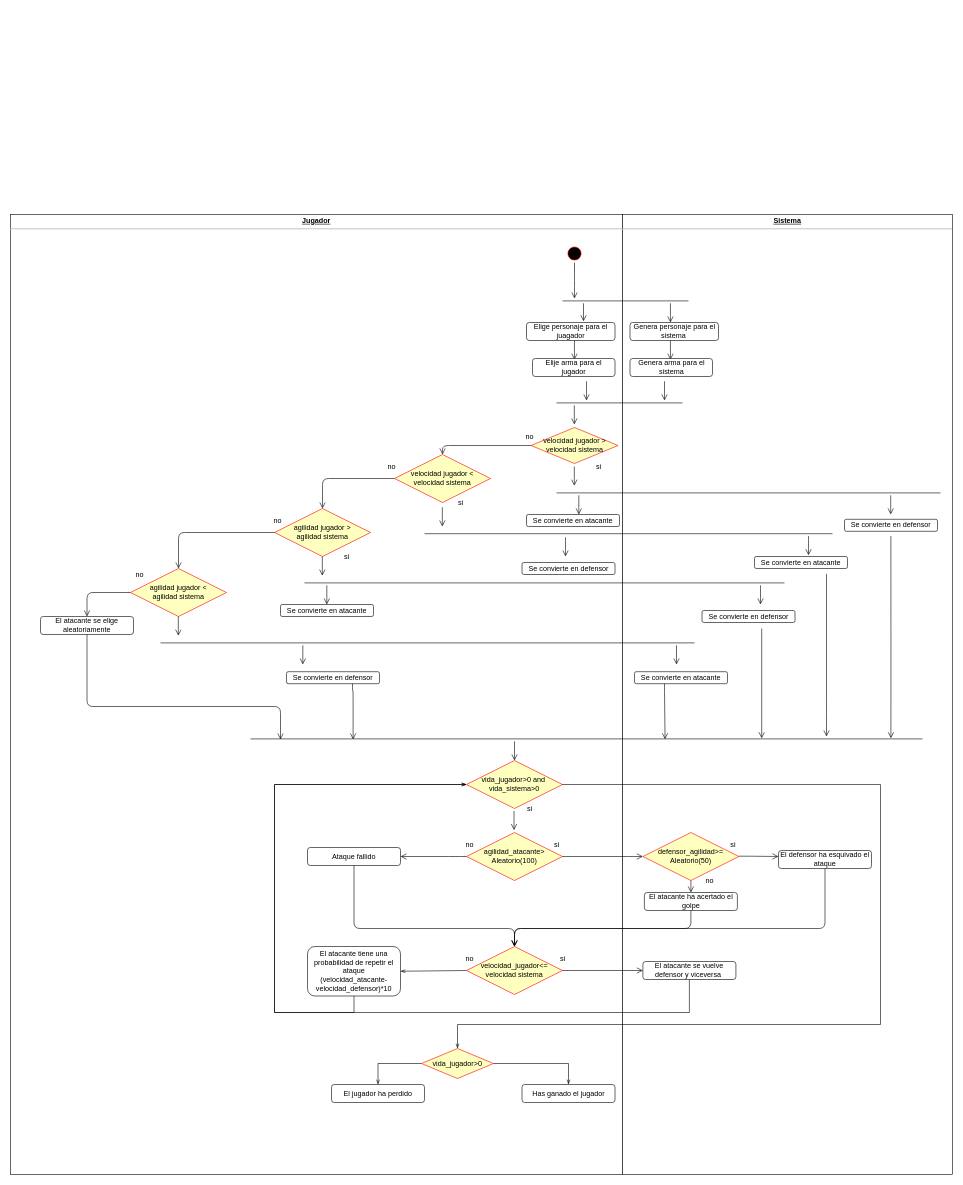
Above: M5/diagrama_activitats.drawio in g-alpi/proyecto_3_fight (draw.io), before the change. Source tidied: cells renumbered, new cells numbered last; positions are measured from the earlier drawing's top-left corner, leaving out a move shared by most shapes. Both pictures are drawn from the tidied source at 60%, with x=0, y=0 at pixel (10, 214).
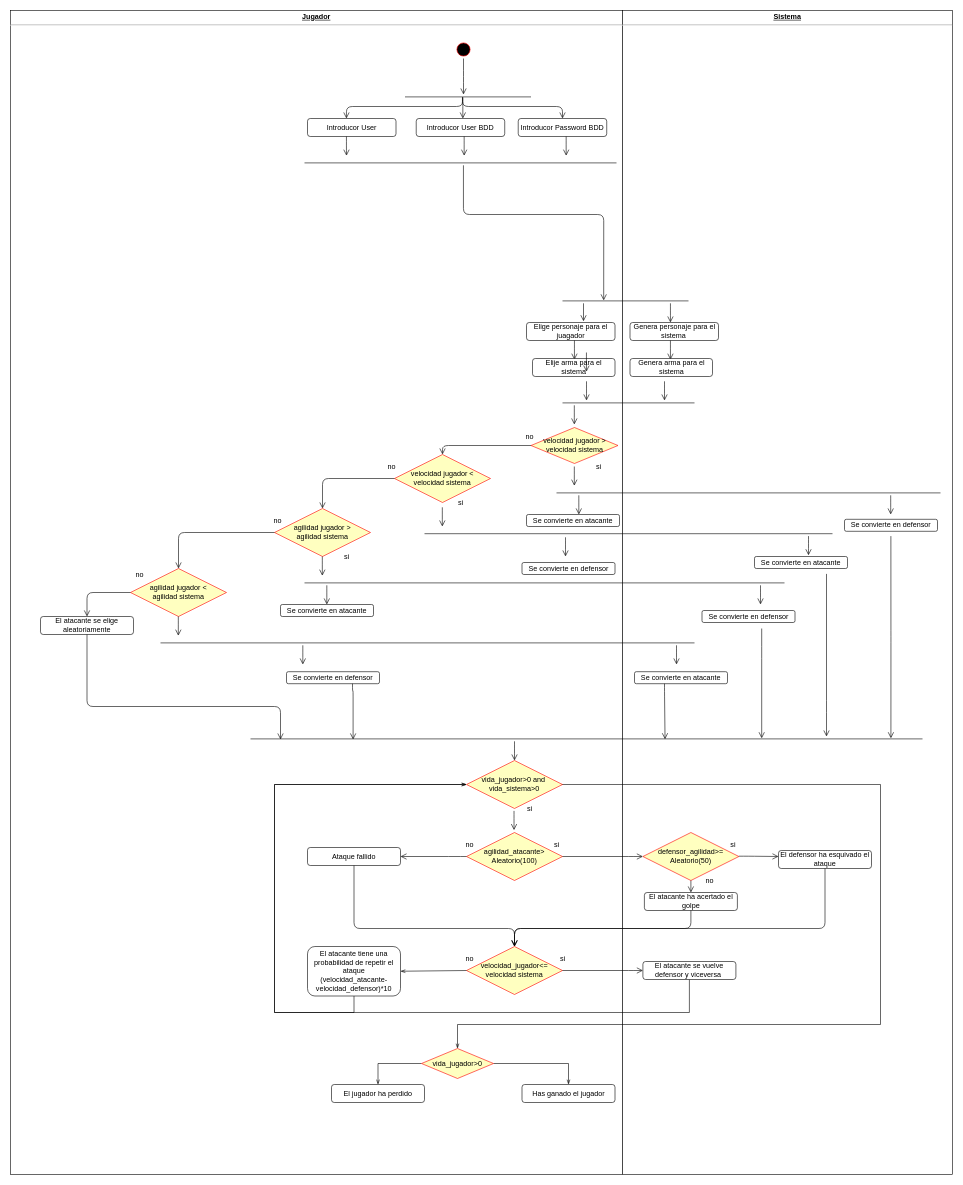
The same diagram, later.

The change refers to these unchanged cells:
```xml
<mxCell id="7" style="line;strokeWidth=1;fillColor=none;align=left;verticalAlign=middle;spacingTop=-1;spacingLeft=3;spacingRight=3;labelPosition=right;points=[];portConstraint=eastwest;" parent="1" vertex="1">
  <mxGeometry x="920" y="140" width="210" height="8" as="geometry" />
</mxCell>
```

Diff of the diagram source:
```diff
@@
     <mxCell id="2" value="&lt;p style=&quot;margin: 0px ; margin-top: 4px ; text-align: center ; text-decoration: underline&quot;&gt;&lt;b&gt;Jugador&lt;/b&gt;&lt;/p&gt;&lt;hr&gt;&lt;p style=&quot;margin: 0px ; margin-left: 8px&quot;&gt;&lt;br&gt;&lt;/p&gt;" style="verticalAlign=top;align=left;overflow=fill;fontSize=12;fontFamily=Helvetica;html=1;" parent="1" vertex="1">
-      <mxGeometry width="1020" height="1600" as="geometry" />
+      <mxGeometry y="-340" width="1020" height="1940" as="geometry" />
     </mxCell>
     <mxCell id="3" value="&lt;p style=&quot;margin: 0px ; margin-top: 4px ; text-align: center ; text-decoration: underline&quot;&gt;&lt;b&gt;Sistema&lt;/b&gt;&lt;/p&gt;&lt;hr&gt;&lt;p style=&quot;margin: 0px ; margin-left: 8px&quot;&gt;&lt;br&gt;&lt;/p&gt;" style="verticalAlign=top;align=left;overflow=fill;fontSize=12;fontFamily=Helvetica;html=1;" parent="1" vertex="1">
-      <mxGeometry x="1020" width="550" height="1600" as="geometry" />
+      <mxGeometry x="1020" y="-340" width="550" height="1940" as="geometry" />
     </mxCell>
     <mxCell id="4" style="ellipse;html=1;shape=startState;fillColor=#000000;strokeColor=#ff0000;" parent="1" vertex="1">
-      <mxGeometry x="925" y="50" width="30" height="30" as="geometry" />
+      <mxGeometry x="740" y="-290" width="30" height="30" as="geometry" />
     </mxCell>
     <mxCell id="5" style="edgeStyle=orthogonalEdgeStyle;html=1;verticalAlign=bottom;endArrow=open;endSize=8;" parent="1" edge="1" source="4">
       <mxGeometry relative="1" as="geometry">
-        <mxPoint x="940" y="140" as="targetPoint" />
+        <mxPoint x="755" y="-200" as="targetPoint" />
       </mxGeometry>
     </mxCell>
@@
-    <mxCell id="14" value="Elije arma para el jugador" style="rounded=1;whiteSpace=wrap;html=1;" parent="1" vertex="1">
+    <mxCell id="14" value="Elije arma para el sistema" style="rounded=1;whiteSpace=wrap;html=1;" parent="1" vertex="1">
       <mxGeometry x="870" y="240" width="137.5" height="30" as="geometry" />
     </mxCell>
     <mxCell id="15" style="line;strokeWidth=1;fillColor=none;align=left;verticalAlign=middle;spacingTop=-1;spacingLeft=3;spacingRight=3;labelPosition=right;" parent="1" vertex="1">
-      <mxGeometry x="910" y="310" width="210" height="8" as="geometry" />
+      <mxGeometry x="920" y="310" width="220" height="8" as="geometry" />
     </mxCell>
@@
+    <mxCell id="101" value="Introducor&amp;nbsp;User BDD" style="rounded=1;whiteSpace=wrap;html=1;" parent="1" vertex="1">
+      <mxGeometry x="676.2" y="-160" width="147.5" height="30" as="geometry" />
+    </mxCell>
+    <mxCell id="102" style="edgeStyle=orthogonalEdgeStyle;html=1;verticalAlign=bottom;endArrow=open;endSize=8;" parent="1" edge="1">
+      <mxGeometry relative="1" as="geometry">
+        <mxPoint x="756.1" y="-130" as="sourcePoint" />
+        <mxPoint x="756.1" y="-98" as="targetPoint" />
+        <Array as="points">
+          <mxPoint x="756.1" y="-118" />
+          <mxPoint x="756.1" y="-118" />
+        </Array>
+      </mxGeometry>
+    </mxCell>
+    <mxCell id="103" value="Introducor User" style="rounded=1;whiteSpace=wrap;html=1;" parent="1" vertex="1">
+      <mxGeometry x="495" y="-160" width="147.5" height="30" as="geometry" />
+    </mxCell>
+    <mxCell id="104" style="edgeStyle=orthogonalEdgeStyle;html=1;verticalAlign=bottom;endArrow=open;endSize=8;" parent="1" edge="1">
+      <mxGeometry relative="1" as="geometry">
+        <mxPoint x="959.9" y="230" as="sourcePoint" />
+        <mxPoint x="959.9" y="262" as="targetPoint" />
+        <Array as="points">
+          <mxPoint x="959.9" y="242" />
+          <mxPoint x="959.9" y="242" />
+        </Array>
+      </mxGeometry>
+    </mxCell>
+    <mxCell id="105" value="Introducor&amp;nbsp;Password BDD" style="rounded=1;whiteSpace=wrap;html=1;" parent="1" vertex="1">
+      <mxGeometry x="846.2" y="-160" width="147.5" height="30" as="geometry" />
+    </mxCell>
+    <mxCell id="106" style="edgeStyle=orthogonalEdgeStyle;html=1;verticalAlign=bottom;endArrow=open;endSize=8;" parent="1" edge="1">
+      <mxGeometry relative="1" as="geometry">
+        <mxPoint x="926.1" y="-130" as="sourcePoint" />
+        <mxPoint x="926.1" y="-98" as="targetPoint" />
+        <Array as="points">
+          <mxPoint x="926.1" y="-118" />
+          <mxPoint x="926.1" y="-118" />
+        </Array>
+      </mxGeometry>
+    </mxCell>
+    <mxCell id="107" style="line;strokeWidth=1;fillColor=none;align=left;verticalAlign=middle;spacingTop=-1;spacingLeft=3;spacingRight=3;labelPosition=right;" parent="1" vertex="1">
+      <mxGeometry x="490" y="-90" width="520" height="8" as="geometry" />
+    </mxCell>
+    <mxCell id="108" style="line;strokeWidth=1;fillColor=none;align=left;verticalAlign=middle;spacingTop=-1;spacingLeft=3;spacingRight=3;labelPosition=right;points=[];portConstraint=eastwest;" parent="1" vertex="1">
+      <mxGeometry x="657.5" y="-200" width="210" height="8" as="geometry" />
+    </mxCell>
+    <mxCell id="109" style="edgeStyle=orthogonalEdgeStyle;html=1;verticalAlign=bottom;endArrow=open;endSize=8;" parent="1" edge="1">
+      <mxGeometry relative="1" as="geometry">
+        <mxPoint x="559.9" y="-130" as="sourcePoint" />
+        <mxPoint x="560" y="-98" as="targetPoint" />
+        <Array as="points">
+          <mxPoint x="560.3" y="-114" />
+        </Array>
+      </mxGeometry>
+    </mxCell>
+    <mxCell id="110" style="edgeStyle=orthogonalEdgeStyle;html=1;verticalAlign=bottom;endArrow=open;endSize=8;exitX=0.456;exitY=0.616;exitDx=0;exitDy=0;exitPerimeter=0;" parent="1" edge="1" source="108">
+      <mxGeometry relative="1" as="geometry">
+        <mxPoint x="559.9" y="-160" as="targetPoint" />
+        <Array as="points">
+          <mxPoint x="753" y="-180" />
+          <mxPoint x="560" y="-180" />
+        </Array>
+      </mxGeometry>
+    </mxCell>
+    <mxCell id="111" style="edgeStyle=orthogonalEdgeStyle;html=1;verticalAlign=bottom;endArrow=open;endSize=8;exitX=0.459;exitY=0.587;exitDx=0;exitDy=0;exitPerimeter=0;" parent="1" edge="1" source="108" target="101">
+      <mxGeometry relative="1" as="geometry">
+        <Array as="points">
+          <mxPoint x="754" y="-190" />
+          <mxPoint x="754" y="-190" />
+        </Array>
+      </mxGeometry>
+    </mxCell>
+    <mxCell id="112" style="edgeStyle=orthogonalEdgeStyle;html=1;verticalAlign=bottom;endArrow=open;endSize=8;exitX=0.457;exitY=0.529;exitDx=0;exitDy=0;exitPerimeter=0;" parent="1" edge="1" source="108" target="105">
+      <mxGeometry relative="1" as="geometry">
+        <Array as="points">
+          <mxPoint x="753" y="-180" />
+          <mxPoint x="920" y="-180" />
+        </Array>
+      </mxGeometry>
+    </mxCell>
+    <mxCell id="113" style="edgeStyle=orthogonalEdgeStyle;html=1;verticalAlign=bottom;endArrow=open;endSize=8;entryX=0.327;entryY=0.393;entryDx=0;entryDy=0;entryPerimeter=0;" parent="1" edge="1" target="7">
+      <mxGeometry relative="1" as="geometry">
+        <mxPoint x="754.9" y="-82" as="sourcePoint" />
+        <Array as="points">
+          <mxPoint x="755" />
+          <mxPoint x="989" />
+        </Array>
+      </mxGeometry>
+    </mxCell>
```
